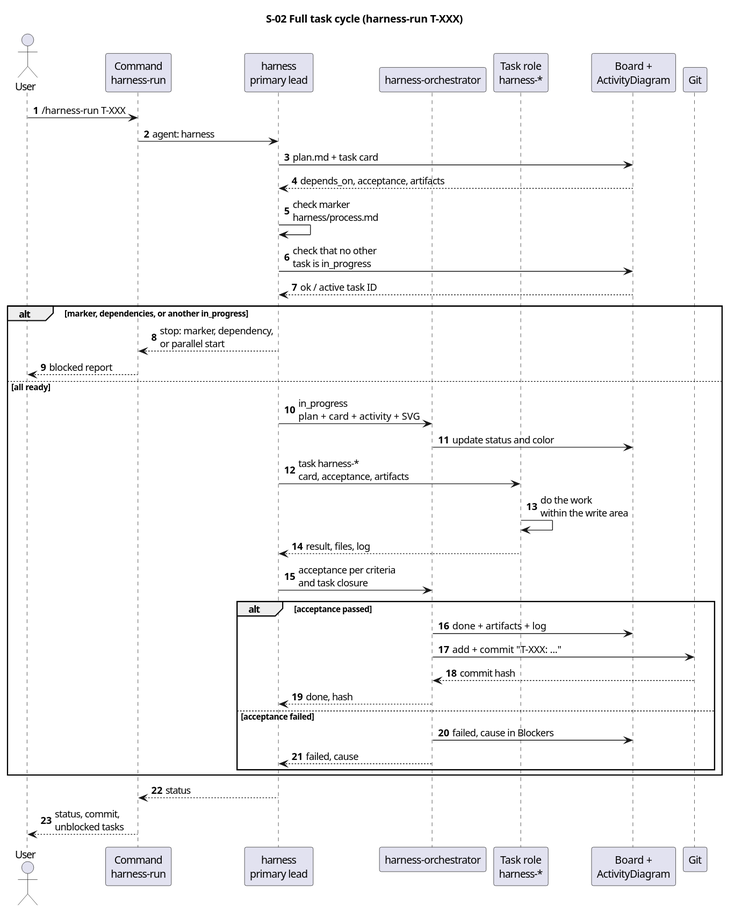
Above: docs/description/diagrams/seq-02-harness-run.svg in serge-sasov/harness (PlantUML), before the change.
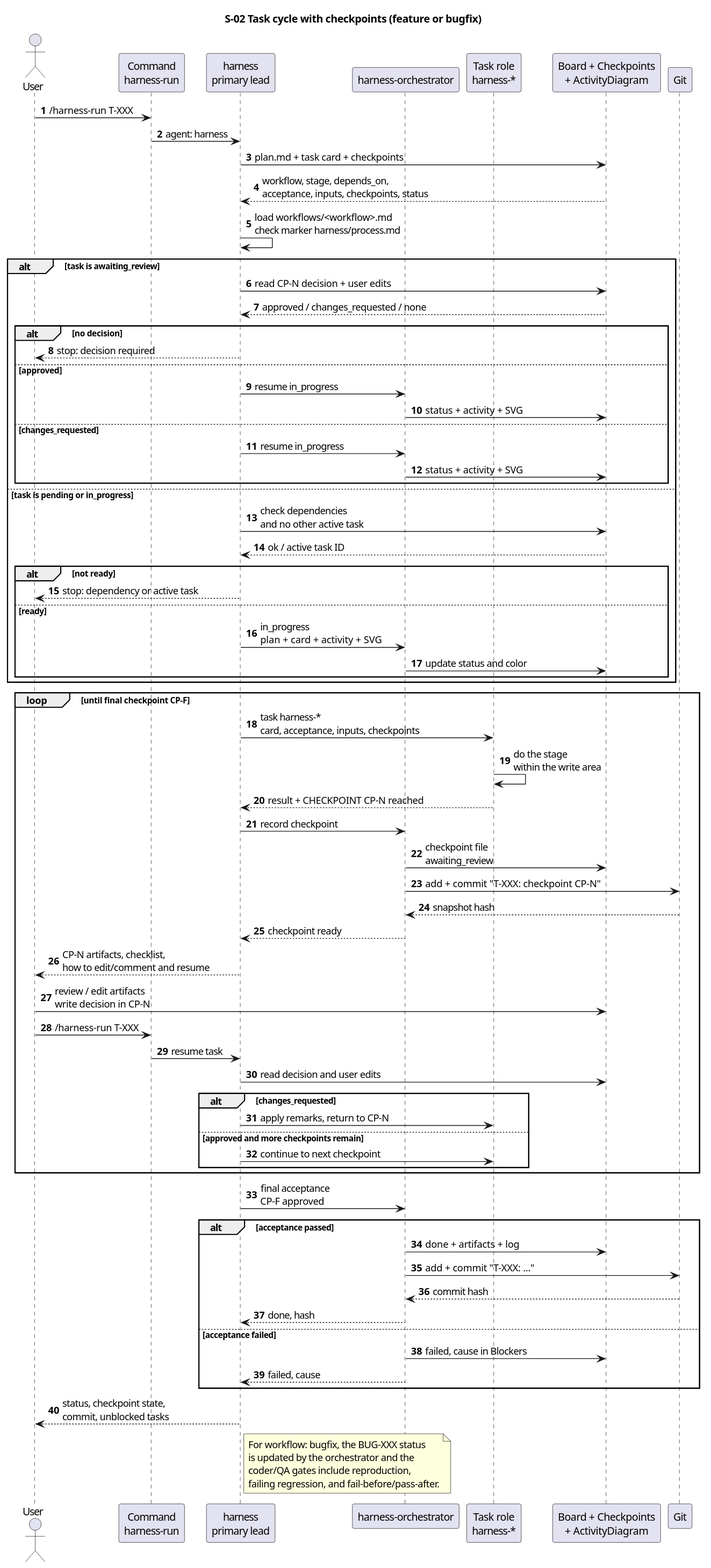
Above is the later version.

What changed in the source:
```diff
@@ -1,43 +1,80 @@
 @startuml
 autonumber
 skinparam defaultFontName Segoe UI
-title S-02 Full task cycle (harness-run T-XXX)
+title S-02 Task cycle with checkpoints (feature or bugfix)
 
 actor "User" as user
 participant "Command\nharness-run" as cmd
 participant "harness\nprimary lead" as lead
 participant "harness-orchestrator" as orch
 participant "Task role\nharness-*" as role
-participant "Board +\nActivityDiagram" as board
+participant "Board + Checkpoints\n+ ActivityDiagram" as board
 participant "Git" as git
 
 user -> cmd : /harness-run T-XXX
 cmd -> lead : agent: harness
-lead -> board : plan.md + task card
-board --> lead : depends_on, acceptance, artifacts
-lead -> lead : check marker\nharness/process.md
-lead -> board : check that no other\ntask is in_progress
-board --> lead : ok / active task ID
-alt marker, dependencies, or another in_progress
-  lead --> cmd : stop: marker, dependency,\nor parallel start
-  cmd --> user : blocked report
-else all ready
-  lead -> orch : in_progress\nplan + card + activity + SVG
-  orch -> board : update status and color
-  lead -> role : task harness-*\ncard, acceptance, artifacts
-  role -> role : do the work\nwithin the write area
-  role --> lead : result, files, log
-  lead -> orch : acceptance per criteria\nand task closure
-  alt acceptance passed
-    orch -> board : done + artifacts + log
-    orch -> git : add + commit "T-XXX: ..."
-    git --> orch : commit hash
-    orch --> lead : done, hash
-  else acceptance failed
-    orch -> board : failed, cause in Blockers
-    orch --> lead : failed, cause
+lead -> board : plan.md + task card + checkpoints
+board --> lead : workflow, stage, depends_on,\nacceptance, inputs, checkpoints, status
+lead -> lead : load workflows/<workflow>.md\ncheck marker harness/process.md
+alt task is awaiting_review
+  lead -> board : read CP-N decision + user edits
+  board --> lead : approved / changes_requested / none
+  alt no decision
+    lead --> user : stop: decision required
+  else approved
+    lead -> orch : resume in_progress
+    orch -> board : status + activity + SVG
+  else changes_requested
+    lead -> orch : resume in_progress
+    orch -> board : status + activity + SVG
+  end
+else task is pending or in_progress
+  lead -> board : check dependencies\nand no other active task
+  board --> lead : ok / active task ID
+  alt not ready
+    lead --> user : stop: dependency or active task
+  else ready
+    lead -> orch : in_progress\nplan + card + activity + SVG
+    orch -> board : update status and color
   end
 end
-lead --> cmd : status
-cmd --> user : status, commit,\nunblocked tasks
+
+loop until final checkpoint CP-F
+  lead -> role : task harness-*\ncard, acceptance, inputs, checkpoints
+  role -> role : do the stage\nwithin the write area
+  role --> lead : result + CHECKPOINT CP-N reached
+  lead -> orch : record checkpoint
+  orch -> board : checkpoint file\nawaiting_review
+  orch -> git : add + commit "T-XXX: checkpoint CP-N"
+  git --> orch : snapshot hash
+  orch --> lead : checkpoint ready
+  lead --> user : CP-N artifacts, checklist,\nhow to edit/comment and resume
+  user -> board : review / edit artifacts\nwrite decision in CP-N
+  user -> cmd : /harness-run T-XXX
+  cmd -> lead : resume task
+  lead -> board : read decision and user edits
+  alt changes_requested
+    lead -> role : apply remarks, return to CP-N
+  else approved and more checkpoints remain
+    lead -> role : continue to next checkpoint
+  end
+end
+
+lead -> orch : final acceptance\nCP-F approved
+alt acceptance passed
+  orch -> board : done + artifacts + log
+  orch -> git : add + commit "T-XXX: ..."
+  git --> orch : commit hash
+  orch --> lead : done, hash
+else acceptance failed
+  orch -> board : failed, cause in Blockers
+  orch --> lead : failed, cause
+end
+lead --> user : status, checkpoint state,\ncommit, unblocked tasks
+note right of lead
+  For workflow: bugfix, the BUG-XXX status
+  is updated by the orchestrator and the
+  coder/QA gates include reproduction,
+  failing regression, and fail-before/pass-after.
+end note
 @enduml
```
